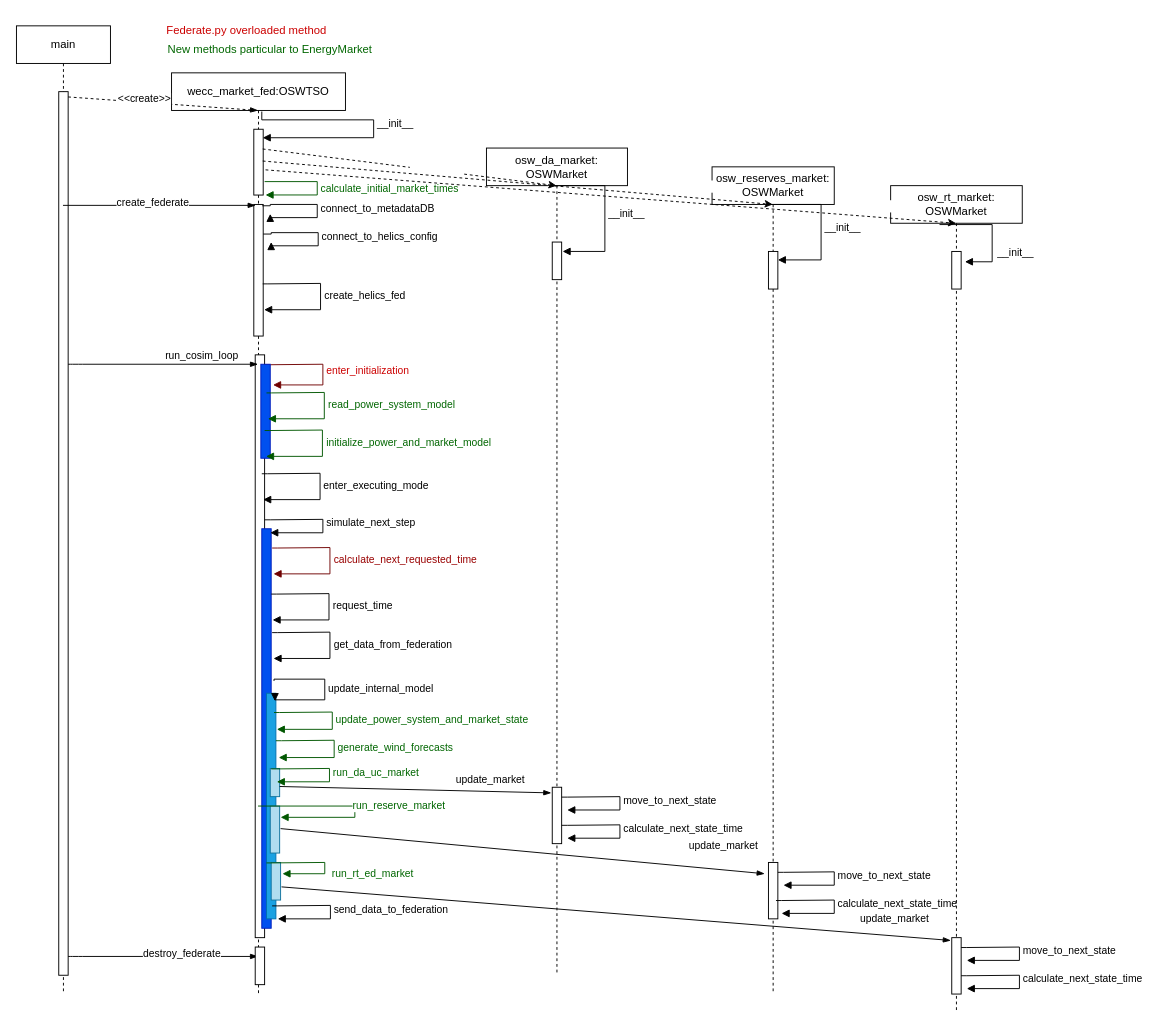
Above: docs/images/osw_market_sequence_diagram.drawio in pnnl/cst (draw.io), before the change. Source tidied: cells renumbered, new cells numbered last; positions are measured from the earlier drawing's top-left corner, leaving out a move shared by most shapes. Both pictures are drawn from the tidied source at 94%, with x=0, y=0 at pixel (16, 16).
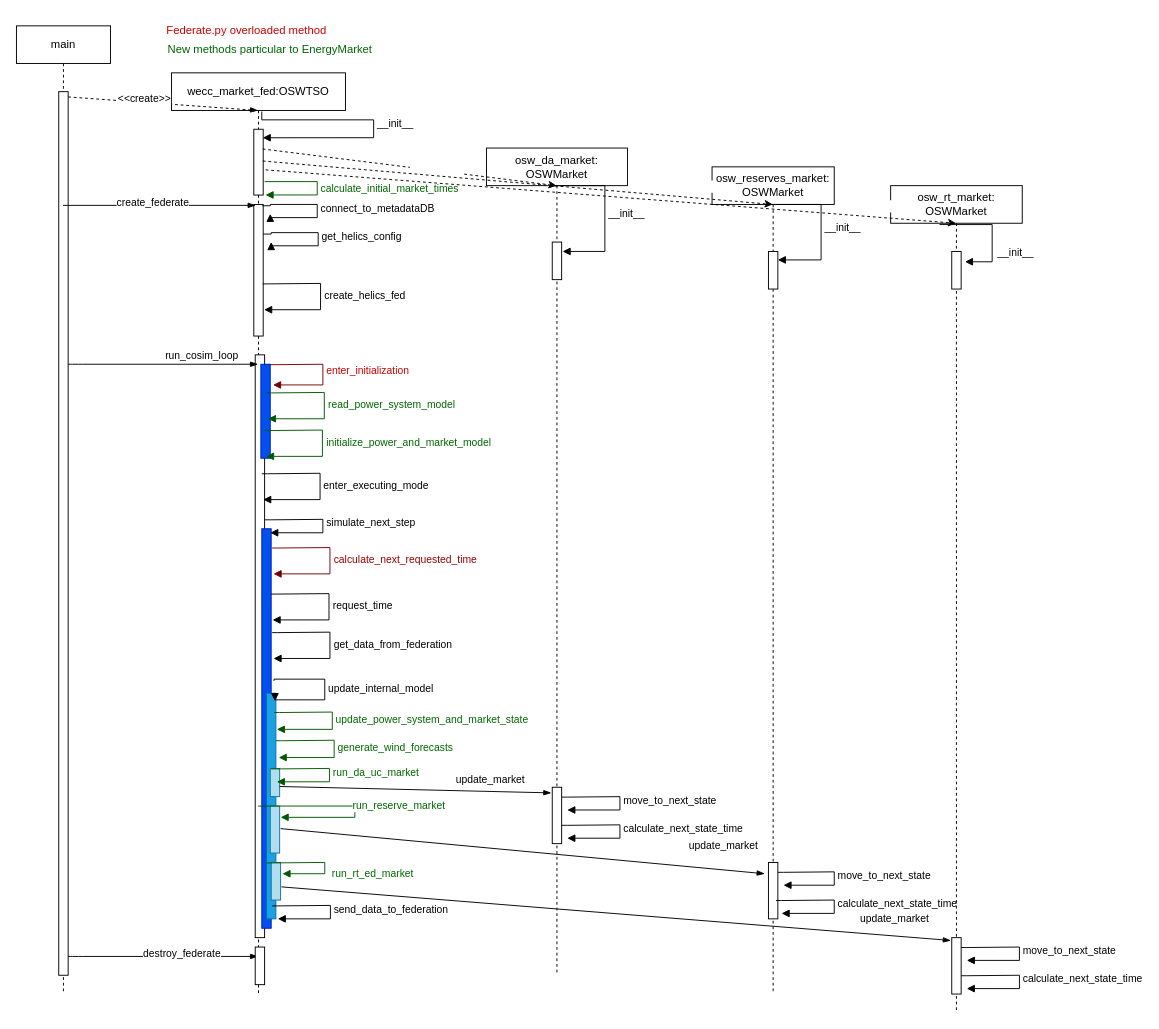
After the change.

Unchanged cells that the change refers to:
```xml
<mxCell id="6" value="wecc_market_fed:OSWTSO" style="shape=umlLifeline;perimeter=lifelinePerimeter;whiteSpace=wrap;html=1;outlineConnect=0;size=40;" parent="1" vertex="1">
  <mxGeometry x="165" y="60" width="185" height="980" as="geometry" />
</mxCell>
```

Change to the diagram source:
```diff
@@
-    <mxCell id="23" value="connect_to_helics_config" style="edgeStyle=orthogonalEdgeStyle;html=1;align=left;spacingLeft=2;endArrow=block;rounded=0;exitX=0.9;exitY=0.01;exitDx=0;exitDy=0;exitPerimeter=0;" parent="6" edge="1">
+    <mxCell id="23" value="get_helics_config" style="edgeStyle=orthogonalEdgeStyle;html=1;align=left;spacingLeft=2;endArrow=block;rounded=0;exitX=0.9;exitY=0.01;exitDx=0;exitDy=0;exitPerimeter=0;" parent="6" edge="1">
       <mxGeometry relative="1" as="geometry">
         <mxPoint x="97.5" y="171.5" as="sourcePoint" />
         <mxPoint x="106" y="180" as="targetPoint" />
         <Array as="points">
           <mxPoint x="106" y="172" />
           <mxPoint x="106" y="170" />
           <mxPoint x="156" y="170" />
           <mxPoint x="156" y="184" />
           <mxPoint x="106" y="184" />
         </Array>
       </mxGeometry>
     </mxCell>
```
